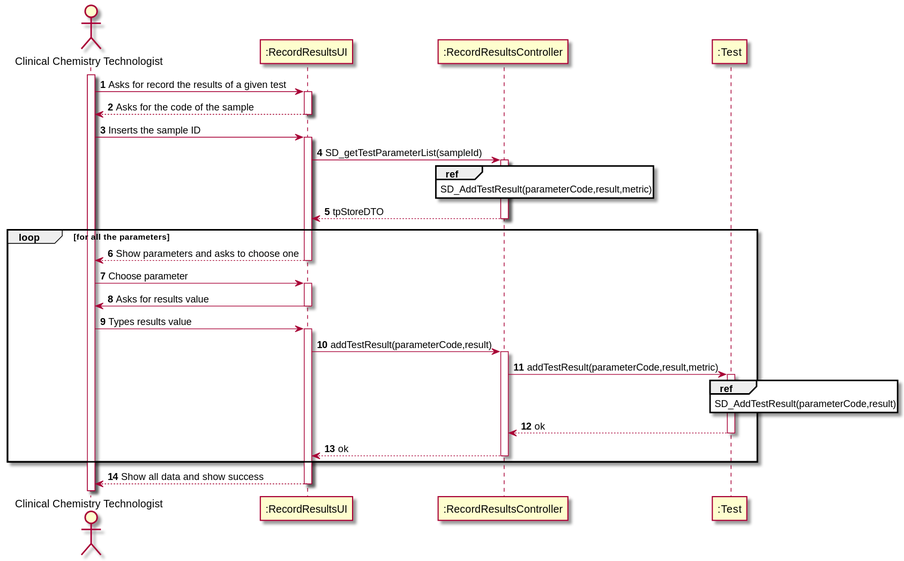
Before: docs/SprintC/US12/US12_SD.svg, a diagram exported from PlantUML (MarianaCLages/LAPR2).
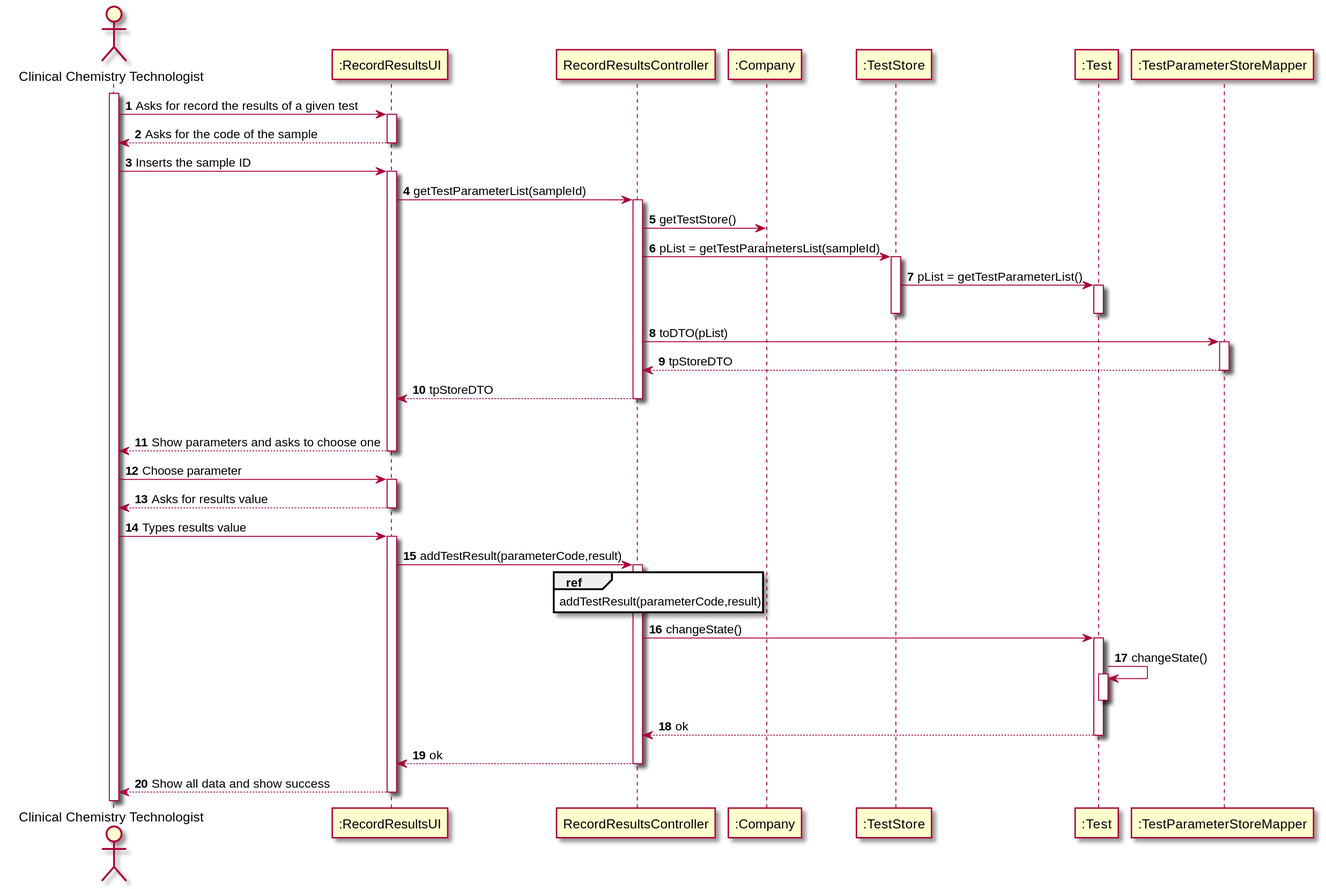
After the commit.

Change to the diagram source:
```diff
@@ -2,8 +2,11 @@
 autonumber
 actor "Clinical Chemistry Technologist" as cct
 participant ":RecordResultsUI" as UI
-participant ":RecordResultsController" as ctrl
+participant "RecordResultsController" as ctrl
+participant ":Company" as Comp
+participant ":TestStore" as tStore
 participant ":Test" as Test
+participant ":TestParameterStoreMapper" as tpStoreMapper
 
 activate cct
 cct -> UI: Asks for record the results of a given test
@@ -12,33 +15,48 @@
 deactivate UI
 cct -> UI: Inserts the sample ID
 activate UI
-UI -> ctrl: SD_getTestParameterList(sampleId)
-ref over ctrl: SD_AddTestResult(parameterCode,result,metric)
-activate ctrl
-ctrl --> UI: tpStoreDTO
-deactivate ctrl
+UI -> ctrl: getTestParameterList(sampleId)
+      activate ctrl
+      ctrl -> Comp: getTestStore()
+      ctrl -> tStore: pList = getTestParametersList(sampleId)
+      activate tStore
+      tStore -> Test: pList = getTestParameterList()
+      activate Test
+      deactivate
+      deactivate tStore
+
+      ctrl -> tpStoreMapper: toDTO(pList)
+      activate tpStoreMapper
+
+      tpStoreMapper --> ctrl: tpStoreDTO
+      deactivate tpStoreMapper
+      return tpStoreDTO
+      deactivate ctrl
+      deactivate tStore
 loop for all the parameters
     UI --> cct: Show parameters and asks to choose one
     deactivate UI
     cct -> UI: Choose parameter
     activate UI
-    UI -> cct: Asks for results value
+    UI --> cct: Asks for results value
     deactivate UI
     cct -> UI: Types results value
     activate UI
 
     UI -> ctrl: addTestResult(parameterCode,result)
     activate ctrl
-    ctrl -> Test: addTestResult(parameterCode,result,metric)
-    activate Test
-    ref over Test : SD_AddTestResult(parameterCode,result)
-    Test --> ctrl : ok
-    deactivate Test
-    ctrl --> UI: ok
-    deactivate ctrl
+   ref over ctrl: addTestResult(parameterCode,result)
+ctrl -> Test: changeState()
+activate Test
+Test -> Test: changeState()
+activate Test
+deactivate
 
+Test --> ctrl: ok
+deactivate
+ctrl --> UI : ok
+deactivate ctrl
 
-end
 
 UI --> cct: Show all data and show success
 deactivate UI
```
